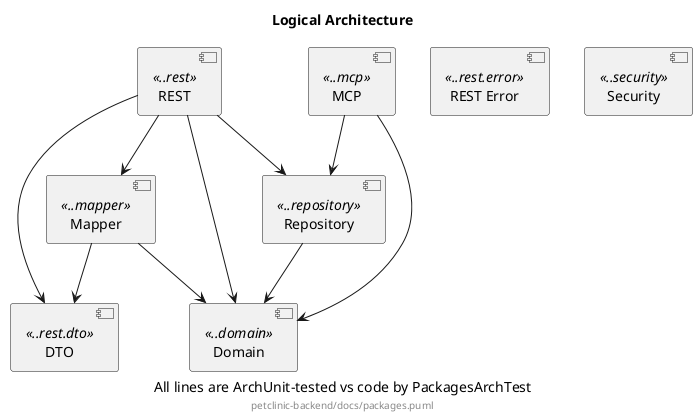
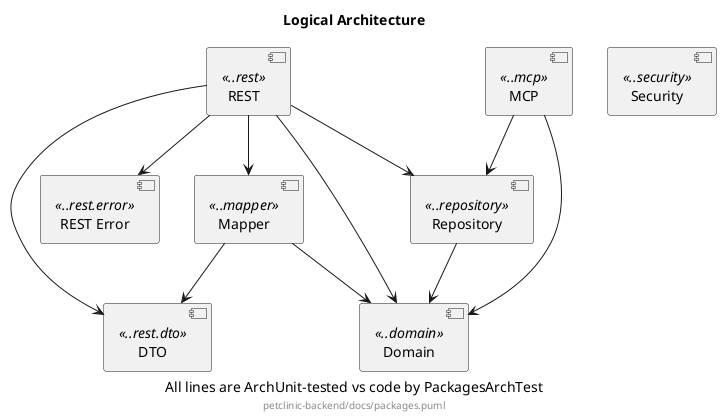
@startuml

title Logical Architecture
caption All lines are ArchUnit-tested vs code by PackagesArchTest
footer petclinic-backend/docs/packages.puml

[Domain] <<..domain>>
[Repository] <<..repository>>
[DTO] <<..rest.dto>>
[REST Error] <<..rest.error>>
[Mapper] <<..mapper>>
[REST] <<..rest>>
[Security] <<..security>>
[MCP] <<..mcp>>

[Repository] --> [Domain]
[Mapper] --> [Domain]
[Mapper] --> [DTO]
[REST] --> [Domain]
[REST] --> [Repository]
[REST] --> [Mapper]
[REST] --> [DTO]
+ [REST] --> [REST Error]
[MCP] --> [Domain]
[MCP] --> [Repository]

@enduml
